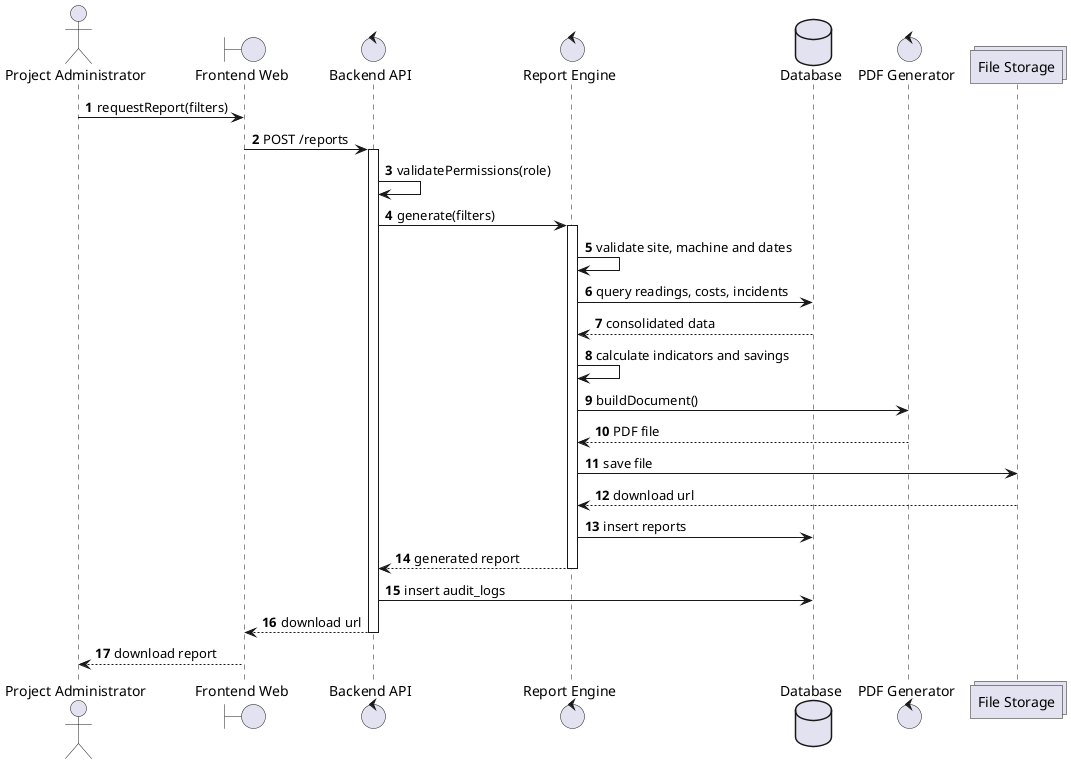
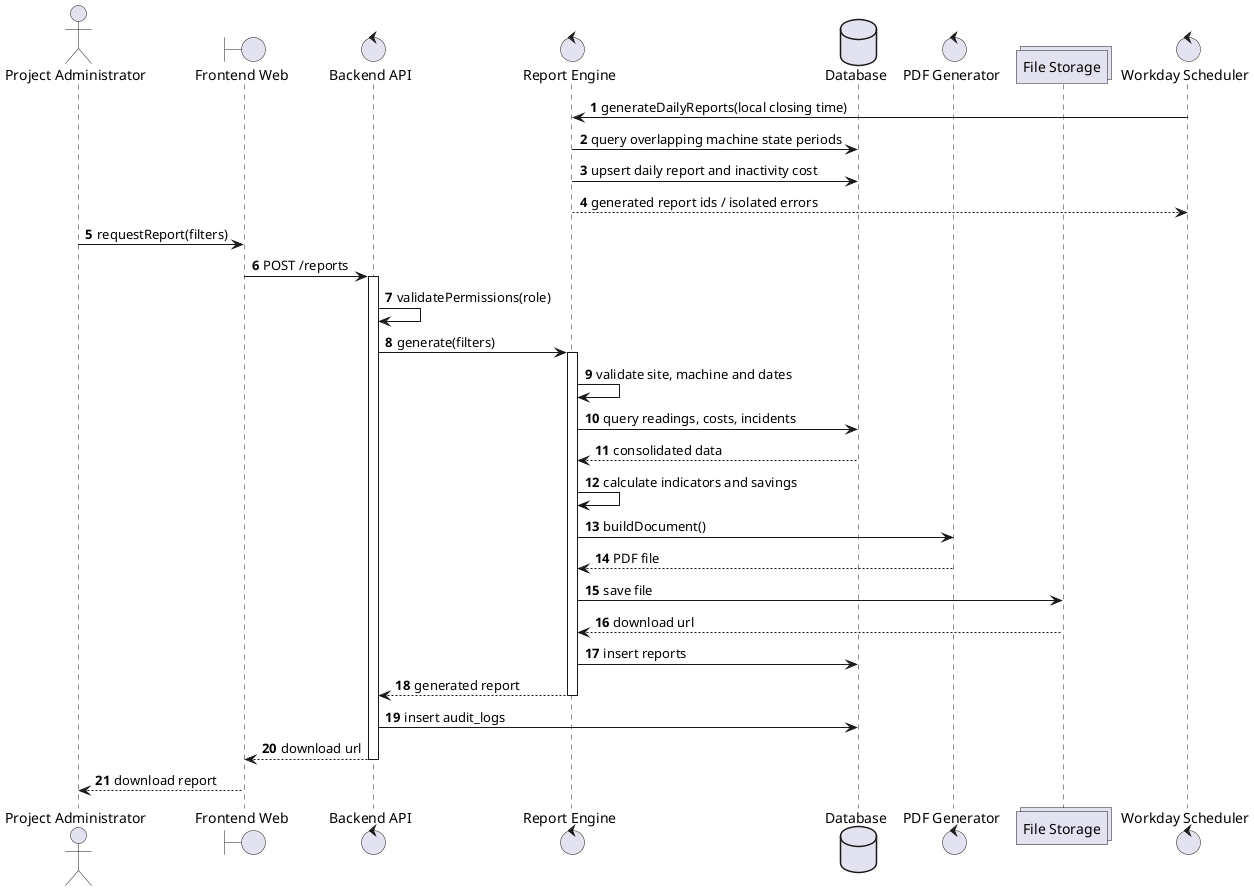
@startuml "Sequence: Generate and download report"
autonumber

actor "Project Administrator" as Admin
boundary "Frontend Web" as Frontend
control "Backend API" as API
control "Report Engine" as ReportEngine
database "Database" as DB
control "PDF Generator" as PDF
collections "File Storage" as Storage
+ control "Workday Scheduler" as Scheduler
+ 
+ Scheduler -> ReportEngine : generateDailyReports(local closing time)
+ ReportEngine -> DB : query overlapping machine state periods
+ ReportEngine -> DB : upsert daily report and inactivity cost
+ ReportEngine --> Scheduler : generated report ids / isolated errors

Admin -> Frontend : requestReport(filters)
Frontend -> API : POST /reports
activate API
API -> API : validatePermissions(role)
API -> ReportEngine : generate(filters)
activate ReportEngine
ReportEngine -> ReportEngine : validate site, machine and dates
ReportEngine -> DB : query readings, costs, incidents
DB --> ReportEngine : consolidated data
ReportEngine -> ReportEngine : calculate indicators and savings
ReportEngine -> PDF : buildDocument()
PDF --> ReportEngine : PDF file
ReportEngine -> Storage : save file
Storage --> ReportEngine : download url
ReportEngine -> DB : insert reports
ReportEngine --> API : generated report
deactivate ReportEngine
API -> DB : insert audit_logs
API --> Frontend : download url
deactivate API
Frontend --> Admin : download report
@enduml
